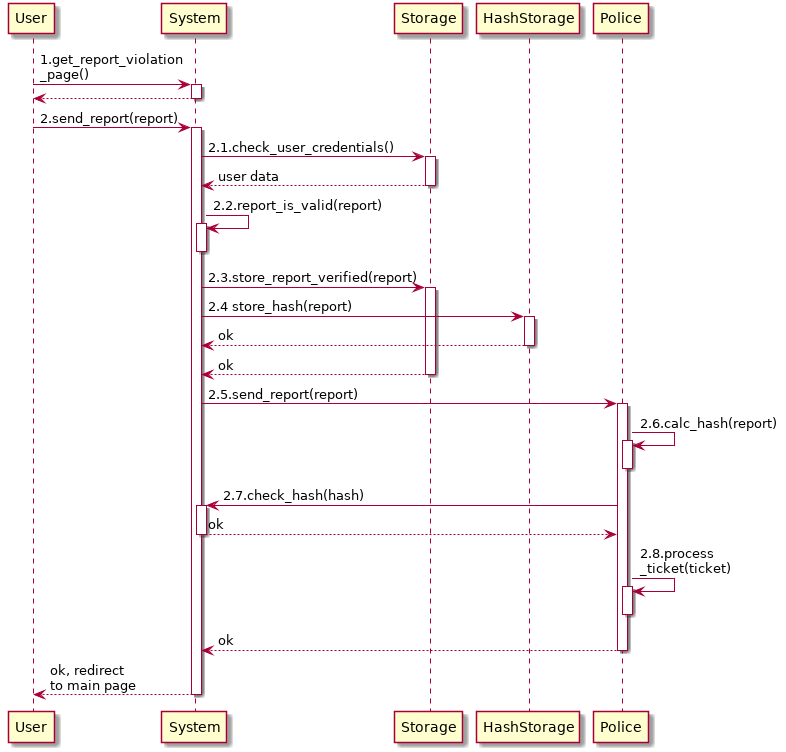
GiorgioUghini/SafeStreets keeps this PlantUML diagram as RASD/images/useCases/automatic_traffic_ticket.png. Above is the earlier version.
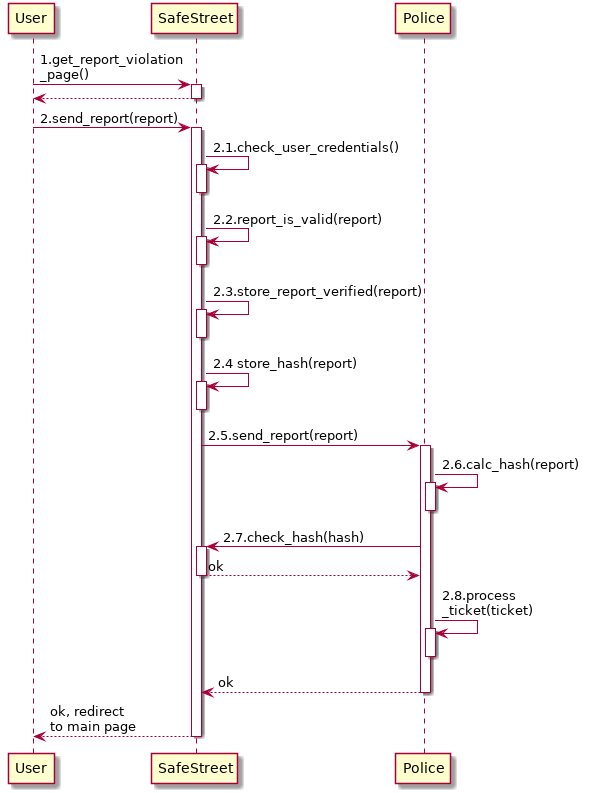
The same diagram one commit later.

Commit message:
Update automatic tickets use case diagram

Change to the diagram source:
```diff
@@ -1,8 +1,6 @@
 @startuml automatic_traffic_ticket
     participant User as U
-    participant System as S
-    participant Storage as ST
-    participant HashStorage as H
+    participant SafeStreet as S
     participant Police as P
 
     autoactivate on
@@ -10,14 +8,14 @@
     U -> S: 1.get_report_violation\n_page()
     return
     U -> S: 2.send_report(report)
-    S -> ST: 2.1.check_user_credentials()
-    return user data
+    S -> S: 2.1.check_user_credentials()
+    deactivate S
     S -> S: 2.2.report_is_valid(report)
     deactivate S
-    S -> ST: 2.3.store_report_verified(report)
-    S -> H : 2.4 store_hash(report)
-    return ok
-    return ok
+    S -> S: 2.3.store_report_verified(report)
+    deactivate S
+    S -> S : 2.4 store_hash(report)
+    deactivate S
     S -> P: 2.5.send_report(report)
     P -> P: 2.6.calc_hash(report)
     deactivate P
```
